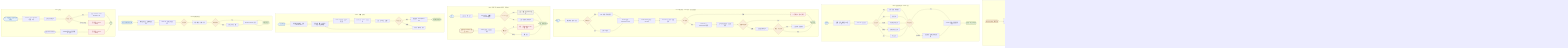
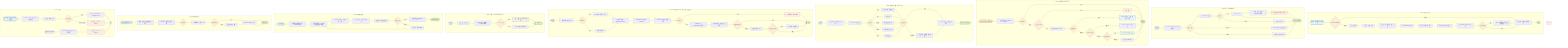
flowchart TD

  subgraph SA["Flow A: 앱 진입 & 인증"]
    A0(["앱 접속 - 웹 / Electron / 모바일"])
    A1{"Firebase Auth 세션?"}
    A2["로그인 화면"]
    A3["카카오 로그인 버튼"]
    A4["카카오 SDK - 액세스 토큰 수신"]
    A5["Cloud Functions 전달"]
    A6["카카오 API 사용자 확인"]
    A7["Firebase 커스텀 토큰 발급"]
    A8["signInWithCustomToken 실행"]
    A9{"신규 사용자?"}
    A10["users 문서 생성 - 기타 그룹 자동 생성"]
    A11["기기 등록 - devices 문서 생성"]
    A12(["홈 화면"])

    A0 --> A1
    A1 -->|인증됨| A11
    A1 -->|미인증| A2 --> A3 --> A4 --> A5 --> A6 --> A7 --> A8 --> A9
    A9 -->|신규| A10 --> A11
    A9 -->|기존| A11
    A11 --> A12
  end

  subgraph SB["Flow B: 기기 활성 상태 감지"]
    B0(["앱 실행 중"])
    B1["Firestore devices 실시간 업데이트"]
    B2{"플랫폼 구분"}
    B3["visibilityState 감지"]
    B4{"탭 활성?"}
    B5["isActive = true"]
    B6["isActive = false"]
    B7["마우스 키보드 감지 - lastActiveAt 갱신"]
    B8["5분 무활동 - isActive = false"]
    B9["Electron 윈도우 포커스 감지"]
    B10["모바일 AppState 감지"]
    B11(["Firestore 반영 완료"])

    B0 --> B1 --> B2
    B2 -->|웹| B3 --> B4
    B2 -->|Electron| B9
    B2 -->|모바일| B10
    B4 -->|visible| B5 --> B7 --> B8
    B4 -->|hidden| B6
    B5 --> B11
    B6 --> B11
    B8 --> B11
    B9 --> B11
    B10 --> B11
  end

  subgraph SC["Flow C: 알람 발생 & 기기 라우팅"]
    C0(["Cloud Scheduler - 매분 실행"])
    C1["울릴 알람 조회 - Firestore alarms"]
    C2{"알람 존재?"}
    C3{"그룹 isEnabled?"}
    C4["알람 스킵"]
    C5["활성 기기 조회 - devices"]
    C6{"웹 탭 활성?"}
    C7["Firestore 리스너 트리거 - 웹 소리 + 모달"]
    C8{"Electron 실행?"}
    C9["FCM 푸시 - Electron OS 알림"]
    C10{"모바일 활성?"}
    C11["FCM 푸시 - 모바일 알림"]
    C12["모든 기기 FCM 푸시"]
    C13(["알람 완료"])

    C0 --> C1 --> C2
    C2 -->|없음| C13
    C2 -->|있음| C3
    C3 -->|OFF| C4 --> C13
    C3 -->|ON| C5 --> C6
    C6 -->|활성| C7 --> C13
    C6 -->|비활성| C8
    C8 -->|실행 중| C9 --> C13
    C8 -->|미실행| C10
    C10 -->|활성| C11 --> C13
    C10 -->|비활성| C12 --> C13
  end

  subgraph SD["Flow D: 홈 자연어 입력 & Llama 분류"]
    D0(["홈 화면"])
    D1["자연어 입력 - 예: 내일 9시 병원"]
    D2["Llama API 분류 요청"]
    D3{"분류 결과"}
    D4["일정 + 알람 생성 제안"]
    D5["할일 등록"]
    D6["나중에 알려줘 등록"]
    D7["언젠가 리스트 등록"]
    D8["메모 저장"]
    D9{"사용자 확인"}
    D10["Firestore 저장 + 알람/캘린더 연동"]
    D11["분류 변경 - 카테고리 수동 선택"]
    D12(["홈 화면 - 최근 기록 갱신"])

    D0 --> D1 --> D2 --> D3
    D3 -->|일정| D4
    D3 -->|할일| D5
    D3 -->|나중에| D6
    D3 -->|언젠가| D7
    D3 -->|메모| D8
    D4 --> D9
    D5 --> D9
    D6 --> D9
    D7 --> D9
    D8 --> D9
    D9 -->|확인| D10 --> D12
    D9 -->|분류 변경| D11 --> D10
  end

  subgraph SE["Flow E: 메모 작성 - Llama 정리 - 자동 알람 제안"]
    E0(["메모 탭"])
    E1["메모 작성 - 제목 + 본문"]
    E2{"위치 권한?"}
    E3["GPS 수집 + 역주소 변환"]
    E4["위치 null 처리"]
    E5["Firestore 저장 - aiProcessed = false"]
    E6["Cloud Function 트리거 - onCreate"]
    E7["Llama API - AI 정리 + 날짜 감지"]
    E8{"API 성공?"}
    E9["aiSummary + detectedAlarms 저장"]
    E10["실시간 리스너 갱신 - 토글 활성화"]
    E11{"날짜/시간 감지?"}
    E12["알람 제안 배지 표시"]
    E13{"사용자 추가 선택?"}
    E14["그룹 선택 - 알람 생성"]
    E15["AI 실패 표시 - 재시도 버튼"]
    E16(["메모 목록"])

    E0 --> E1 --> E2
    E2 -->|허용| E3 --> E5
    E2 -->|거부| E4 --> E5
    E5 --> E6 --> E7 --> E8
    E8 -->|성공| E9 --> E10 --> E11
    E8 -->|실패| E15 --> E16
    E11 -->|감지됨| E12 --> E13
    E11 -->|없음| E16
    E13 -->|추가| E14 --> E16
    E13 -->|취소| E16
  end

-   subgraph SF["Flow F: 알람 그룹 ON/OFF & 조건부 자동 OFF"]
+   subgraph SF["Flow F: 알람 그룹 ON/OFF (수동 토글)"]
    F0(["알람 탭"])
    F1["그룹 토글 버튼 클릭"]
    F2["Firestore 즉시 업데이트 - isEnabled 변경"]
    F3{"isEnabled 상태"}
    F4["그룹 + 알람 카드 dimmed 처리"]
    F5["그룹 + 알람 카드 정상 표시"]
-     F6(["자정 Cloud Scheduler - 매일 00:00"])
-     F7["workDays 조회 - 오늘 출근 여부"]
-     F8{"비출근일?"}
-     F9["직장 그룹 isEnabled = false 자동 설정"]
-     F10["변경 없음"]
    F11(["알람 탭 반영 완료"])

    F0 --> F1 --> F2 --> F3
    F3 -->|OFF| F4 --> F11
    F3 -->|ON| F5 --> F11
-     F6 --> F7 --> F8
-     F8 -->|예| F9 --> F11
-     F8 -->|아니오| F10 --> F11
  end

  subgraph SG["Flow G: 나중에 알려줘"]
    G0(["홈 또는 메모 탭"])
    G1["나중에 알려줘 항목 저장 - Firestore later"]
    G2["알림 시간 선택 - 오늘저녁 / 주말 / 다음주 / 직접"]
    G3["Cloud Scheduler - 알림 시간 도달"]
    G4["기기 라우팅 - Flow C 동일 로직"]
    G5["알림 표시 - 지금 할까요?"]
    G6{"사용자 응답"}
    G7["완료 처리 - isCompleted = true"]
    G8["미루기 - 새 시간 선택"]
    G9(["나중에 알려줘 목록"])

    G0 --> G1 --> G2 --> G3 --> G4 --> G5 --> G6
    G6 -->|완료| G7 --> G9
    G6 -->|미루기| G8 --> G2
  end

  subgraph SH["Flow H: 언젠가 리스트"]
    H0(["홈 또는 언젠가 리스트 탭"])
    H1["항목 입력 또는 홈에서 자동 분류"]
    H2["Llama API - 카테고리 자동 분류"]
    H3{"분류 결과"}
    H4["여행 / 배움 / 구매 / 기타"]
    H5{"사용자 확인"}
    H6["Firestore someday 저장"]
    H7["카테고리 수동 변경"]
    H8(["언젠가 리스트"])

    H0 --> H1 --> H2 --> H3 --> H4 --> H5
    H5 -->|확인| H6 --> H8
    H5 -->|변경| H7 --> H6 --> H8
  end

  subgraph SI["Flow I: 휴지통"]
    I0(["항목 삭제 - 메모/알람/나중에/언젠가"])
    I1["isDeleted = true / deletedAt = 현재 시각"]
    I2["휴지통 목록에 표시"]
    I3{"사용자 액션"}
    I4["복원 - isDeleted = false / deletedAt = null"]
    I5["영구 삭제 - Firestore delete()"]
    I6(["자정 Cloud Scheduler"])
    I7["deletedAt 기준 30일 초과 항목 조회"]
    I8["영구 삭제 - Firestore delete()"]
    I9(["완료"])

    I0 --> I1 --> I2 --> I3
    I3 -->|복원| I4 --> I9
    I3 -->|즉시 영구 삭제| I5 --> I9
    I6 --> I7 --> I8 --> I9
  end

  style A0 fill:#E6F1FB,stroke:#185FA5,color:#0C447C
  style A12 fill:#EAF3DE,stroke:#3B6D11,color:#27500A
  style A1 fill:#FAEEDA,stroke:#854F0B,color:#633806
  style A9 fill:#FAEEDA,stroke:#854F0B,color:#633806
  style A6 fill:#EEEDFE,stroke:#534AB7,color:#3C3489
  style A7 fill:#EEEDFE,stroke:#534AB7,color:#3C3489

  style B0 fill:#E6F1FB,stroke:#185FA5,color:#0C447C
  style B11 fill:#EAF3DE,stroke:#3B6D11,color:#27500A
  style B2 fill:#FAEEDA,stroke:#854F0B,color:#633806
  style B4 fill:#FAEEDA,stroke:#854F0B,color:#633806
  style B8 fill:#FCEBEB,stroke:#A32D2D,color:#791F1F

  style C0 fill:#FAEEDA,stroke:#854F0B,color:#633806
  style C13 fill:#EAF3DE,stroke:#3B6D11,color:#27500A
  style C2 fill:#FAEEDA,stroke:#854F0B,color:#633806
  style C3 fill:#FAEEDA,stroke:#854F0B,color:#633806
  style C4 fill:#FCEBEB,stroke:#A32D2D,color:#791F1F
  style C6 fill:#FAEEDA,stroke:#854F0B,color:#633806
  style C7 fill:#E6F1FB,stroke:#185FA5,color:#0C447C
  style C8 fill:#FAEEDA,stroke:#854F0B,color:#633806
  style C9 fill:#EEEDFE,stroke:#534AB7,color:#3C3489
  style C10 fill:#FAEEDA,stroke:#854F0B,color:#633806
  style C11 fill:#E1F5EE,stroke:#0F6E56,color:#085041

  style D0 fill:#E6F1FB,stroke:#185FA5,color:#0C447C
  style D12 fill:#EAF3DE,stroke:#3B6D11,color:#27500A
  style D2 fill:#EEEDFE,stroke:#534AB7,color:#3C3489
  style D3 fill:#FAEEDA,stroke:#854F0B,color:#633806
  style D9 fill:#FAEEDA,stroke:#854F0B,color:#633806

  style E0 fill:#E6F1FB,stroke:#185FA5,color:#0C447C
  style E16 fill:#EAF3DE,stroke:#3B6D11,color:#27500A
  style E2 fill:#FAEEDA,stroke:#854F0B,color:#633806
  style E7 fill:#EEEDFE,stroke:#534AB7,color:#3C3489
  style E8 fill:#FAEEDA,stroke:#854F0B,color:#633806
  style E11 fill:#FAEEDA,stroke:#854F0B,color:#633806
  style E13 fill:#FAEEDA,stroke:#854F0B,color:#633806
  style E15 fill:#FCEBEB,stroke:#A32D2D,color:#791F1F

  style F0 fill:#E6F1FB,stroke:#185FA5,color:#0C447C
-   style F6 fill:#FAEEDA,stroke:#854F0B,color:#633806
  style F11 fill:#EAF3DE,stroke:#3B6D11,color:#27500A
  style F3 fill:#FAEEDA,stroke:#854F0B,color:#633806
-   style F8 fill:#FAEEDA,stroke:#854F0B,color:#633806
  style F4 fill:#F1EFE8,stroke:#5F5E5A,color:#444441
  style F9 fill:#FCEBEB,stroke:#A32D2D,color:#791F1F

  style G0 fill:#E6F1FB,stroke:#185FA5,color:#0C447C
  style G9 fill:#EAF3DE,stroke:#3B6D11,color:#27500A
  style G4 fill:#EEEDFE,stroke:#534AB7,color:#3C3489
  style G6 fill:#FAEEDA,stroke:#854F0B,color:#633806

  style H0 fill:#E6F1FB,stroke:#185FA5,color:#0C447C
  style H8 fill:#EAF3DE,stroke:#3B6D11,color:#27500A
  style H2 fill:#EEEDFE,stroke:#534AB7,color:#3C3489
  style H3 fill:#FAEEDA,stroke:#854F0B,color:#633806
  style H5 fill:#FAEEDA,stroke:#854F0B,color:#633806

  style I0 fill:#E6F1FB,stroke:#185FA5,color:#0C447C
  style I9 fill:#EAF3DE,stroke:#3B6D11,color:#27500A
  style I3 fill:#FAEEDA,stroke:#854F0B,color:#633806
  style I5 fill:#FCEBEB,stroke:#A32D2D,color:#791F1F
  style I8 fill:#FCEBEB,stroke:#A32D2D,color:#791F1F
